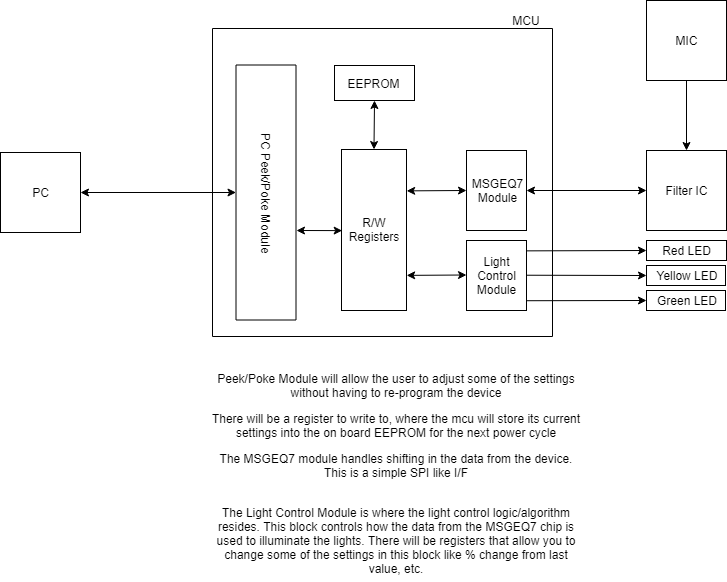
Clemons11/Traffic-Light keeps this draw.io diagram as Diagrams/Traffic Light MCU Diagram.png. Above is the earlier version. Source tidied: cells renumbered, new cells last; positions are measured from the earlier drawing's top-left corner, leaving out a move shared by most shapes. Its diagram source:
```xml
<mxGraphModel>
  <root>
    <mxCell id="0" />
    <mxCell id="1" parent="0" />
    <mxCell id="2" value="MIC" style="whiteSpace=wrap;html=1;" parent="1" vertex="1">
      <mxGeometry x="646" width="80" height="80" as="geometry" />
    </mxCell>
    <mxCell id="3" value="Filter IC" style="whiteSpace=wrap;html=1;" parent="1" vertex="1">
      <mxGeometry x="646" y="150" width="80" height="80" as="geometry" />
    </mxCell>
    <mxCell id="4" style="rounded=0;whiteSpace=wrap;html=1;rotation=90;" parent="1" vertex="1">
      <mxGeometry x="228" y="12" width="308" height="340" as="geometry" />
    </mxCell>
    <mxCell id="5" value="PC Peek/Poke Module" style="rounded=0;whiteSpace=wrap;html=1;rotation=90;" parent="1" vertex="1">
      <mxGeometry x="138" y="162" width="255" height="60" as="geometry" />
    </mxCell>
    <mxCell id="6" value="PC" style="whiteSpace=wrap;html=1;" parent="1" vertex="1">
      <mxGeometry y="152" width="80" height="80" as="geometry" />
    </mxCell>
    <mxCell id="7" style="endArrow=classic;startArrow=classic;html=1;entryX=0.5;entryY=1;entryDx=0;entryDy=0;exitX=1;exitY=0.5;exitDx=0;exitDy=0;" parent="1" edge="1" source="6" target="5">
      <mxGeometry relative="1" as="geometry" />
    </mxCell>
    <mxCell id="8" style="endArrow=classic;startArrow=classic;html=1;entryX=0;entryY=0.5;entryDx=0;entryDy=0;exitX=1;exitY=0.5;exitDx=0;exitDy=0;" parent="1" edge="1" source="13" target="3">
      <mxGeometry relative="1" as="geometry" />
    </mxCell>
    <mxCell id="9" style="endArrow=classic;html=1;entryX=0.5;entryY=0;entryDx=0;entryDy=0;exitX=0.5;exitY=1;exitDx=0;exitDy=0;" parent="1" edge="1" source="2" target="3">
      <mxGeometry relative="1" as="geometry" />
    </mxCell>
    <mxCell id="10" value="EEPROM" style="rounded=0;whiteSpace=wrap;html=1;" parent="1" vertex="1">
      <mxGeometry x="334" y="65" width="80" height="35" as="geometry" />
    </mxCell>
    <mxCell id="11" value="MCU" style="text;html=1;strokeColor=none;fillColor=none;align=center;verticalAlign=middle;whiteSpace=wrap;rounded=0;" parent="1" vertex="1">
      <mxGeometry x="506" y="10" width="40" height="20" as="geometry" />
    </mxCell>
    <mxCell id="12" value="R/W Registers" style="rounded=0;whiteSpace=wrap;html=1;" parent="1" vertex="1">
      <mxGeometry x="341" y="149" width="65" height="161" as="geometry" />
    </mxCell>
    <mxCell id="13" value="MSGEQ7&lt;br&gt;Module" style="rounded=0;whiteSpace=wrap;html=1;" parent="1" vertex="1">
      <mxGeometry x="466" y="150" width="60" height="80" as="geometry" />
    </mxCell>
    <mxCell id="14" value="Peek/Poke Module will allow the user to adjust some of the settings without having to re-program the device" style="text;html=1;strokeColor=none;fillColor=none;align=center;verticalAlign=middle;whiteSpace=wrap;rounded=0;" parent="1" vertex="1">
      <mxGeometry x="206" y="370" width="380" height="30" as="geometry" />
    </mxCell>
    <mxCell id="15" value="There will be a register to write to, where the mcu will store its current settings into the on board EEPROM for the next power cycle" style="text;html=1;strokeColor=none;fillColor=none;align=center;verticalAlign=middle;whiteSpace=wrap;rounded=0;" parent="1" vertex="1">
      <mxGeometry x="206" y="410" width="380" height="30" as="geometry" />
    </mxCell>
    <mxCell id="16" value="The MSGEQ7 module handles shifting in the data from the device. This is a simple SPI like I/F" style="text;html=1;strokeColor=none;fillColor=none;align=center;verticalAlign=middle;whiteSpace=wrap;rounded=0;" parent="1" vertex="1">
      <mxGeometry x="206" y="450" width="380" height="30" as="geometry" />
    </mxCell>
    <mxCell id="17" style="endArrow=classic;startArrow=classic;html=1;exitX=1.003;exitY=0.257;exitDx=0;exitDy=0;exitPerimeter=0;" parent="1" edge="1" source="12">
      <mxGeometry relative="1" as="geometry">
        <mxPoint x="466" y="190" as="targetPoint" />
      </mxGeometry>
    </mxCell>
    <mxCell id="18" value="Light Control Module" style="rounded=0;whiteSpace=wrap;html=1;" parent="1" vertex="1">
      <mxGeometry x="466" y="240" width="60" height="70" as="geometry" />
    </mxCell>
    <mxCell id="19" value="Red LED" style="rounded=0;whiteSpace=wrap;html=1;" parent="1" vertex="1">
      <mxGeometry x="646" y="240" width="80" height="20" as="geometry" />
    </mxCell>
    <mxCell id="20" value="&lt;span style=&quot;white-space: normal&quot;&gt;Yellow LED&lt;/span&gt;" style="rounded=0;whiteSpace=wrap;html=1;" parent="1" vertex="1">
      <mxGeometry x="646" y="265" width="79" height="20" as="geometry" />
    </mxCell>
    <mxCell id="21" value="&lt;span style=&quot;white-space: normal&quot;&gt;Green LED&lt;/span&gt;" style="rounded=0;whiteSpace=wrap;html=1;" parent="1" vertex="1">
      <mxGeometry x="646" y="290" width="79" height="20" as="geometry" />
    </mxCell>
    <mxCell id="22" style="endArrow=classic;html=1;entryX=0;entryY=0.5;entryDx=0;entryDy=0;exitX=0.999;exitY=0.148;exitDx=0;exitDy=0;exitPerimeter=0;" parent="1" edge="1" source="18" target="19">
      <mxGeometry relative="1" as="geometry" />
    </mxCell>
    <mxCell id="23" style="endArrow=classic;html=1;entryX=0;entryY=0.5;entryDx=0;entryDy=0;exitX=1.023;exitY=0.146;exitDx=0;exitDy=0;exitPerimeter=0;" parent="1" edge="1" target="20">
      <mxGeometry relative="1" as="geometry">
        <mxPoint x="525.9" y="274.7" as="sourcePoint" />
      </mxGeometry>
    </mxCell>
    <mxCell id="24" style="endArrow=classic;html=1;entryX=0;entryY=0.5;entryDx=0;entryDy=0;exitX=1.023;exitY=0.146;exitDx=0;exitDy=0;exitPerimeter=0;" parent="1" edge="1" target="21">
      <mxGeometry relative="1" as="geometry">
        <mxPoint x="525.9" y="300.2" as="sourcePoint" />
      </mxGeometry>
    </mxCell>
    <mxCell id="25" style="endArrow=classic;startArrow=classic;html=1;entryX=0;entryY=0.5;entryDx=0;entryDy=0;exitX=1.003;exitY=0.257;exitDx=0;exitDy=0;exitPerimeter=0;" parent="1" edge="1">
      <mxGeometry relative="1" as="geometry">
        <mxPoint x="406.2" y="274.9" as="sourcePoint" />
        <mxPoint x="466" y="274.5" as="targetPoint" />
      </mxGeometry>
    </mxCell>
    <mxCell id="26" style="endArrow=classic;startArrow=classic;html=1;entryX=0.01;entryY=0.392;entryDx=0;entryDy=0;entryPerimeter=0;" parent="1" edge="1">
      <mxGeometry relative="1" as="geometry">
        <mxPoint x="296" y="230" as="sourcePoint" />
        <mxPoint x="341.6" y="230.1" as="targetPoint" />
      </mxGeometry>
    </mxCell>
    <mxCell id="27" style="endArrow=classic;startArrow=classic;html=1;entryX=0.5;entryY=1;entryDx=0;entryDy=0;exitX=0.5;exitY=0;exitDx=0;exitDy=0;" parent="1" edge="1" source="12" target="10">
      <mxGeometry relative="1" as="geometry" />
    </mxCell>
    <mxCell id="28" value="The Light Control Module is where the light control logic/algorithm resides. This block controls how the data from the MSGEQ7 chip is used to illuminate the lights. There will be registers that allow you to change some of the settings in this block like % change from last value, etc." style="text;html=1;strokeColor=none;fillColor=none;align=center;verticalAlign=middle;whiteSpace=wrap;rounded=0;" parent="1" vertex="1">
      <mxGeometry x="206" y="500" width="380" height="80" as="geometry" />
    </mxCell>
  </root>
</mxGraphModel>
```
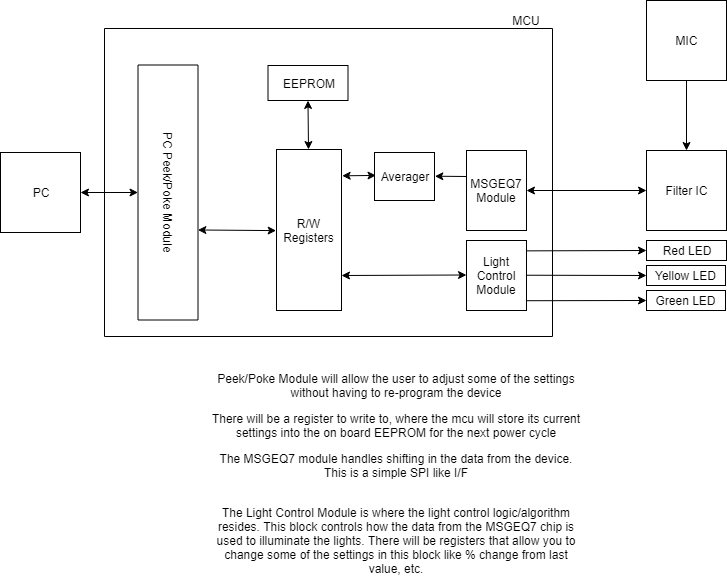
The same diagram one commit later.

Commit message:
Modified Block Diagram

What changed in the source:
```diff
@@ -9,10 +9,10 @@
       <mxGeometry x="646" y="150" width="80" height="80" as="geometry" />
     </mxCell>
     <mxCell id="4" style="rounded=0;whiteSpace=wrap;html=1;rotation=90;" parent="1" vertex="1">
-      <mxGeometry x="228" y="12" width="308" height="340" as="geometry" />
+      <mxGeometry x="174" y="-42" width="308" height="448" as="geometry" />
     </mxCell>
     <mxCell id="5" value="PC Peek/Poke Module" style="rounded=0;whiteSpace=wrap;html=1;rotation=90;" parent="1" vertex="1">
-      <mxGeometry x="138" y="162" width="255" height="60" as="geometry" />
+      <mxGeometry x="40" y="162" width="255" height="60" as="geometry" />
     </mxCell>
     <mxCell id="6" value="PC" style="whiteSpace=wrap;html=1;" parent="1" vertex="1">
       <mxGeometry y="152" width="80" height="80" as="geometry" />
@@ -27,13 +27,13 @@
       <mxGeometry relative="1" as="geometry" />
     </mxCell>
     <mxCell id="10" value="EEPROM" style="rounded=0;whiteSpace=wrap;html=1;" parent="1" vertex="1">
-      <mxGeometry x="334" y="65" width="80" height="35" as="geometry" />
+      <mxGeometry x="267.5" y="65" width="80" height="35" as="geometry" />
     </mxCell>
     <mxCell id="11" value="MCU" style="text;html=1;strokeColor=none;fillColor=none;align=center;verticalAlign=middle;whiteSpace=wrap;rounded=0;" parent="1" vertex="1">
       <mxGeometry x="506" y="10" width="40" height="20" as="geometry" />
     </mxCell>
     <mxCell id="12" value="R/W Registers" style="rounded=0;whiteSpace=wrap;html=1;" parent="1" vertex="1">
-      <mxGeometry x="341" y="149" width="65" height="161" as="geometry" />
+      <mxGeometry x="276" y="149" width="65" height="161" as="geometry" />
     </mxCell>
     <mxCell id="13" value="MSGEQ7&lt;br&gt;Module" style="rounded=0;whiteSpace=wrap;html=1;" parent="1" vertex="1">
       <mxGeometry x="466" y="150" width="60" height="80" as="geometry" />
@@ -47,11 +47,6 @@
     <mxCell id="16" value="The MSGEQ7 module handles shifting in the data from the device. This is a simple SPI like I/F" style="text;html=1;strokeColor=none;fillColor=none;align=center;verticalAlign=middle;whiteSpace=wrap;rounded=0;" parent="1" vertex="1">
       <mxGeometry x="206" y="450" width="380" height="30" as="geometry" />
     </mxCell>
-    <mxCell id="17" style="endArrow=classic;startArrow=classic;html=1;exitX=1.003;exitY=0.257;exitDx=0;exitDy=0;exitPerimeter=0;" parent="1" edge="1" source="12">
-      <mxGeometry relative="1" as="geometry">
-        <mxPoint x="466" y="190" as="targetPoint" />
-      </mxGeometry>
-    </mxCell>
     <mxCell id="18" value="Light Control Module" style="rounded=0;whiteSpace=wrap;html=1;" parent="1" vertex="1">
       <mxGeometry x="466" y="240" width="60" height="70" as="geometry" />
     </mxCell>
@@ -77,23 +72,39 @@
         <mxPoint x="525.9" y="300.2" as="sourcePoint" />
       </mxGeometry>
     </mxCell>
-    <mxCell id="25" style="endArrow=classic;startArrow=classic;html=1;entryX=0;entryY=0.5;entryDx=0;entryDy=0;exitX=1.003;exitY=0.257;exitDx=0;exitDy=0;exitPerimeter=0;" parent="1" edge="1">
+    <mxCell id="25" style="endArrow=classic;startArrow=classic;html=1;entryX=0;entryY=0.5;entryDx=0;entryDy=0;" parent="1" edge="1">
       <mxGeometry relative="1" as="geometry">
-        <mxPoint x="406.2" y="274.9" as="sourcePoint" />
+        <mxPoint x="341" y="275" as="sourcePoint" />
         <mxPoint x="466" y="274.5" as="targetPoint" />
       </mxGeometry>
     </mxCell>
-    <mxCell id="26" style="endArrow=classic;startArrow=classic;html=1;entryX=0.01;entryY=0.392;entryDx=0;entryDy=0;entryPerimeter=0;" parent="1" edge="1">
+    <mxCell id="26" style="endArrow=classic;startArrow=classic;html=1;entryX=0.01;entryY=0.392;entryDx=0;entryDy=0;entryPerimeter=0;exitX=0.647;exitY=0.002;exitDx=0;exitDy=0;exitPerimeter=0;" parent="1" edge="1" source="5">
       <mxGeometry relative="1" as="geometry">
-        <mxPoint x="296" y="230" as="sourcePoint" />
-        <mxPoint x="341.6" y="230.1" as="targetPoint" />
+        <mxPoint x="275.6" y="230.1" as="targetPoint" />
       </mxGeometry>
     </mxCell>
-    <mxCell id="27" style="endArrow=classic;startArrow=classic;html=1;entryX=0.5;entryY=1;entryDx=0;entryDy=0;exitX=0.5;exitY=0;exitDx=0;exitDy=0;" parent="1" edge="1" source="12" target="10">
-      <mxGeometry relative="1" as="geometry" />
+    <mxCell id="27" style="endArrow=classic;startArrow=classic;html=1;entryX=0.5;entryY=1;entryDx=0;entryDy=0;" parent="1" edge="1" target="10">
+      <mxGeometry relative="1" as="geometry">
+        <mxPoint x="308" y="149" as="sourcePoint" />
+      </mxGeometry>
     </mxCell>
     <mxCell id="28" value="The Light Control Module is where the light control logic/algorithm resides. This block controls how the data from the MSGEQ7 chip is used to illuminate the lights. There will be registers that allow you to change some of the settings in this block like % change from last value, etc." style="text;html=1;strokeColor=none;fillColor=none;align=center;verticalAlign=middle;whiteSpace=wrap;rounded=0;" parent="1" vertex="1">
       <mxGeometry x="206" y="500" width="380" height="80" as="geometry" />
     </mxCell>
+    <mxCell id="29" value="Averager" style="rounded=0;whiteSpace=wrap;html=1;" parent="1" vertex="1">
+      <mxGeometry x="374" y="152" width="60" height="48" as="geometry" />
+    </mxCell>
+    <mxCell id="30" style="endArrow=classic;html=1;exitX=0;exitY=0.5;exitDx=0;exitDy=0;entryX=1.021;entryY=0.166;entryDx=0;entryDy=0;entryPerimeter=0;" parent="1" edge="1">
+      <mxGeometry relative="1" as="geometry">
+        <mxPoint x="466" y="176" as="sourcePoint" />
+        <mxPoint x="434.4" y="175.7" as="targetPoint" />
+      </mxGeometry>
+    </mxCell>
+    <mxCell id="31" style="endArrow=classic;startArrow=classic;html=1;entryX=0.025;entryY=0.436;entryDx=0;entryDy=0;entryPerimeter=0;exitX=1.01;exitY=0.151;exitDx=0;exitDy=0;exitPerimeter=0;" parent="1" edge="1">
+      <mxGeometry relative="1" as="geometry">
+        <mxPoint x="341.7" y="175.3" as="sourcePoint" />
+        <mxPoint x="375.5" y="174.9" as="targetPoint" />
+      </mxGeometry>
+    </mxCell>
   </root>
 </mxGraphModel>
```
